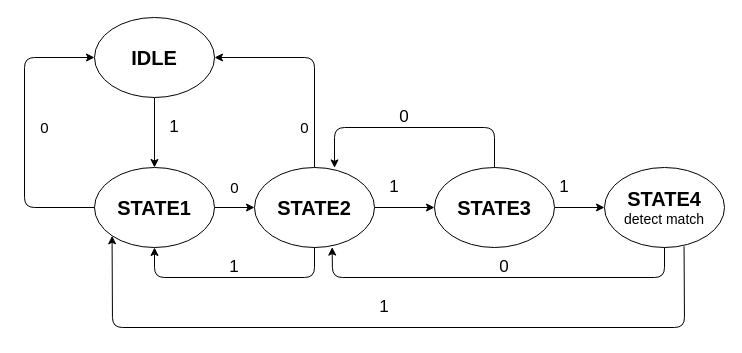
Earlier version of the draw.io diagram Untitled Diagram.drawio (GayBroYoung/DBSystem). Source tidied: cells renumbered, new cells numbered last; positions are measured from the earlier drawing's top-left corner, leaving out a move shared by most shapes. Both pictures are drawn from the tidied source at 100%, with x=0, y=0 at pixel (24, 17).
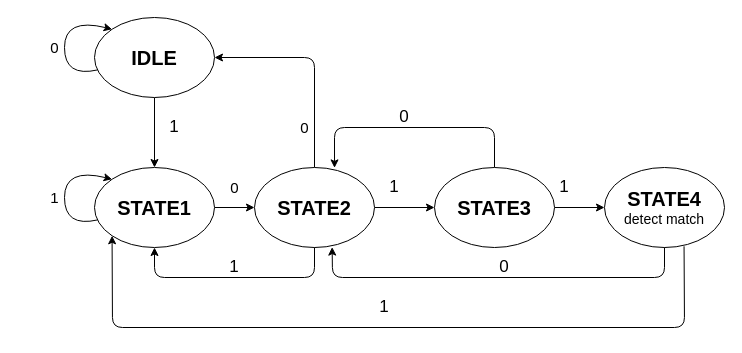
The same diagram, later.

The change refers to these unchanged cells:
```xml
<mxCell id="3" value="&lt;font style=&quot;font-size: 20px&quot;&gt;&lt;b&gt;IDLE&lt;/b&gt;&lt;/font&gt;" style="ellipse;whiteSpace=wrap;html=1;" parent="1" vertex="1">
  <mxGeometry x="70" width="120" height="80" as="geometry" />
</mxCell>
<mxCell id="5" value="&lt;font style=&quot;font-size: 20px&quot;&gt;&lt;b&gt;STATE1&lt;/b&gt;&lt;/font&gt;" style="ellipse;whiteSpace=wrap;html=1;" parent="1" vertex="1">
  <mxGeometry x="70" y="150" width="120" height="80" as="geometry" />
</mxCell>
```

Change to the diagram source:
```diff
@@
-    <mxCell id="16" value="&lt;font style=&quot;font-size: 15px&quot;&gt;0&lt;/font&gt;" style="text;html=1;align=center;verticalAlign=middle;strokeColor=none;" parent="1" vertex="1">
-      <mxGeometry x="10" y="100" width="20" height="20" as="geometry" />
+    <mxCell id="16" value="&lt;font style=&quot;font-size: 15px&quot;&gt;1&lt;/font&gt;" style="text;html=1;align=center;verticalAlign=middle;strokeColor=none;" parent="1" vertex="1">
+      <mxGeometry x="20" y="170" width="20" height="20" as="geometry" />
     </mxCell>
-    <mxCell id="17" style="endArrow=classic;html=1;exitX=0;exitY=0.5;exitDx=0;exitDy=0;entryX=0;entryY=0.5;entryDx=0;entryDy=0;" parent="1" edge="1" source="5" target="3">
+    <mxCell id="17" style="endArrow=classic;html=1;exitX=0.027;exitY=0.655;exitDx=0;exitDy=0;entryX=0;entryY=0;entryDx=0;entryDy=0;curved=1;exitPerimeter=0;" parent="1" edge="1" source="5" target="5">
       <mxGeometry relative="1" as="geometry">
         <Array as="points">
-          <mxPoint y="190" />
-          <mxPoint y="40" />
+          <mxPoint x="40" y="210" />
+          <mxPoint x="40" y="150" />
         </Array>
       </mxGeometry>
     </mxCell>
@@
+    <mxCell id="27" style="endArrow=classic;html=1;exitX=0.027;exitY=0.655;exitDx=0;exitDy=0;entryX=0;entryY=0;entryDx=0;entryDy=0;curved=1;exitPerimeter=0;" parent="1" edge="1">
+      <mxGeometry relative="1" as="geometry">
+        <mxPoint x="73.2" y="52.4" as="sourcePoint" />
+        <mxPoint x="87.6" y="11.7" as="targetPoint" />
+        <Array as="points">
+          <mxPoint x="40" y="60" />
+          <mxPoint x="40" />
+        </Array>
+      </mxGeometry>
+    </mxCell>
+    <mxCell id="28" value="&lt;font style=&quot;font-size: 15px&quot;&gt;0&lt;/font&gt;" style="text;html=1;align=center;verticalAlign=middle;strokeColor=none;" parent="1" vertex="1">
+      <mxGeometry x="20" y="20" width="20" height="20" as="geometry" />
+    </mxCell>
```
